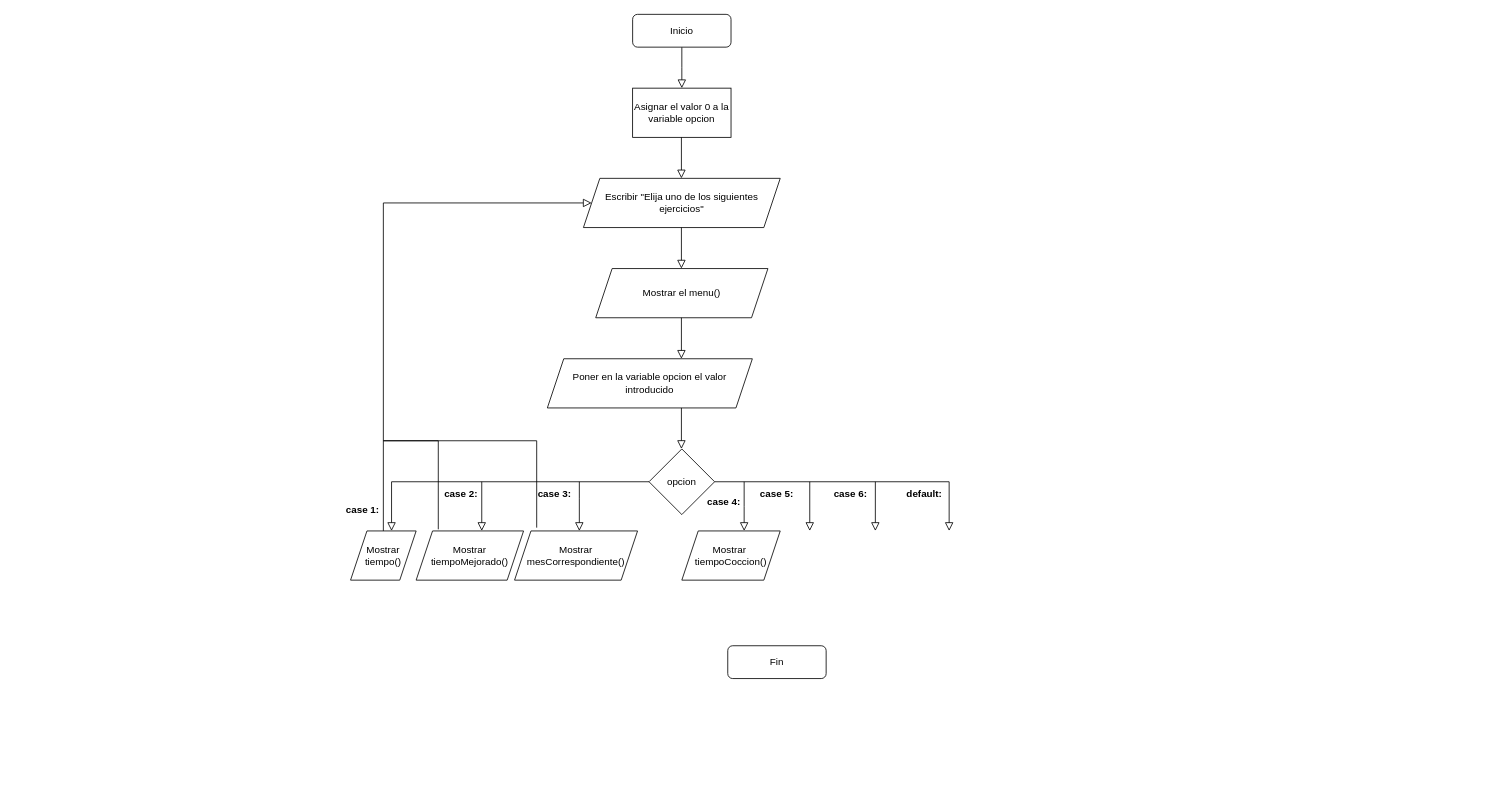
Above: Ejercicios T3/main.drawio in Fmejias03/LosCondicionales (draw.io), before the change. Source tidied: cells renumbered, new cells numbered last; positions are measured from the earlier drawing's top-left corner, leaving out a move shared by most shapes. Both pictures are drawn from the tidied source at 82%, with x=0, y=0 at pixel (342, 14).
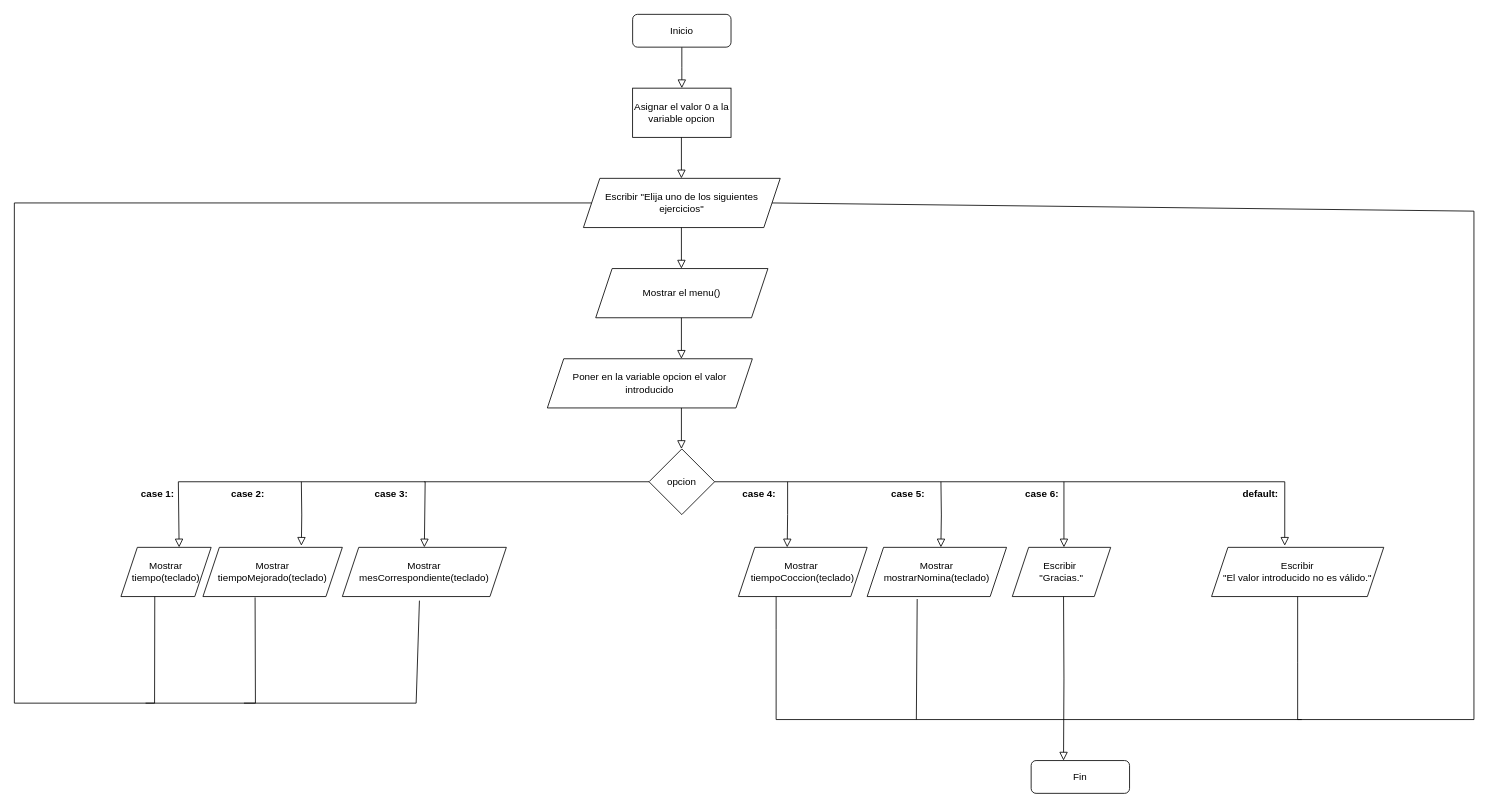
After the change.

The change refers to these unchanged cells:
```xml
<mxCell id="7" value="Escribir &quot;Elija uno de los siguientes ejercicios&quot;" style="shape=parallelogram;perimeter=parallelogramPerimeter;whiteSpace=wrap;html=1;fixedSize=1;" parent="1" vertex="1">
  <mxGeometry x="294" y="200" width="240" height="60" as="geometry" />
</mxCell>
<mxCell id="13" value="opcion" style="rhombus;whiteSpace=wrap;html=1;" parent="1" vertex="1">
  <mxGeometry x="374" y="530" width="80" height="80" as="geometry" />
</mxCell>
```

What changed in the source:
```diff
@@
     <mxCell id="4" value="Fin" style="rounded=1;whiteSpace=wrap;html=1;fontSize=12;glass=0;strokeWidth=1;shadow=0;" parent="1" vertex="1">
-      <mxGeometry x="470" y="770" width="120" height="40" as="geometry" />
+      <mxGeometry x="840" y="910" width="120" height="40" as="geometry" />
     </mxCell>
@@
     <mxCell id="14" value="&lt;b&gt;case 1:&lt;/b&gt;" style="text;html=1;strokeColor=none;fillColor=none;align=center;verticalAlign=middle;whiteSpace=wrap;rounded=0;" parent="1" vertex="1">
-      <mxGeometry y="590" width="50" height="30" as="geometry" />
+      <mxGeometry x="-250" y="570" width="50" height="30" as="geometry" />
     </mxCell>
-    <mxCell id="15" style="rounded=0;html=1;jettySize=auto;fontSize=11;endArrow=block;endFill=0;endSize=8;strokeWidth=1;shadow=0;labelBackgroundColor=none;edgeStyle=orthogonalEdgeStyle;exitX=0;exitY=0.5;exitDx=0;exitDy=0;" parent="1" edge="1" source="13">
+    <mxCell id="15" style="rounded=0;html=1;jettySize=auto;fontSize=11;endArrow=block;endFill=0;endSize=8;strokeWidth=1;shadow=0;labelBackgroundColor=none;edgeStyle=orthogonalEdgeStyle;exitX=0;exitY=0.5;exitDx=0;exitDy=0;entryX=0.645;entryY=0;entryDx=0;entryDy=0;entryPerimeter=0;" parent="1" edge="1" source="13" target="28">
       <mxGeometry relative="1" as="geometry">
-        <mxPoint x="60" y="630" as="targetPoint" />
         <Array as="points">
-          <mxPoint x="60" y="570" />
-          <mxPoint x="60" y="630" />
+          <mxPoint x="-200" y="570" />
         </Array>
       </mxGeometry>
     </mxCell>
-    <mxCell id="16" style="rounded=0;html=1;jettySize=auto;orthogonalLoop=1;fontSize=11;endArrow=block;endFill=0;endSize=8;strokeWidth=1;shadow=0;labelBackgroundColor=none;edgeStyle=orthogonalEdgeStyle;" parent="1" edge="1">
-      <mxGeometry relative="1" as="geometry">
-        <mxPoint x="170" y="570" as="sourcePoint" />
-        <mxPoint x="170" y="630" as="targetPoint" />
-      </mxGeometry>
-    </mxCell>
-    <mxCell id="17" style="rounded=0;html=1;jettySize=auto;orthogonalLoop=1;fontSize=11;endArrow=block;endFill=0;endSize=8;strokeWidth=1;shadow=0;labelBackgroundColor=none;edgeStyle=orthogonalEdgeStyle;" parent="1" edge="1">
+    <mxCell id="17" style="rounded=0;html=1;jettySize=auto;fontSize=11;endArrow=block;endFill=0;endSize=8;strokeWidth=1;shadow=0;labelBackgroundColor=none;edgeStyle=orthogonalEdgeStyle;entryX=0.5;entryY=0;entryDx=0;entryDy=0;" parent="1" edge="1" target="30">
       <mxGeometry relative="1" as="geometry">
-        <mxPoint x="289" y="570" as="sourcePoint" />
-        <mxPoint x="289" y="630" as="targetPoint" />
+        <mxPoint x="100" y="570" as="sourcePoint" />
         <Array as="points">
-          <mxPoint x="289.5" y="590" />
-          <mxPoint x="289.5" y="590" />
+          <mxPoint x="101" y="570" />
         </Array>
       </mxGeometry>
     </mxCell>
     <mxCell id="18" style="rounded=0;html=1;jettySize=auto;orthogonalLoop=1;fontSize=11;endArrow=block;endFill=0;endSize=8;strokeWidth=1;shadow=0;labelBackgroundColor=none;edgeStyle=orthogonalEdgeStyle;" parent="1" edge="1">
       <mxGeometry relative="1" as="geometry">
-        <mxPoint x="490" y="570" as="sourcePoint" />
-        <mxPoint x="490" y="630" as="targetPoint" />
+        <mxPoint x="543" y="570" as="sourcePoint" />
+        <mxPoint x="542.5" y="650" as="targetPoint" />
         <Array as="points">
-          <mxPoint x="490" y="600" />
-          <mxPoint x="490" y="600" />
+          <mxPoint x="542.5" y="610" />
+          <mxPoint x="542.5" y="610" />
         </Array>
       </mxGeometry>
     </mxCell>
-    <mxCell id="19" style="rounded=0;html=1;jettySize=auto;fontSize=11;endArrow=block;endFill=0;endSize=8;strokeWidth=1;shadow=0;labelBackgroundColor=none;edgeStyle=orthogonalEdgeStyle;exitX=1;exitY=0.5;exitDx=0;exitDy=0;" parent="1" edge="1" source="13">
+    <mxCell id="19" style="rounded=0;html=1;jettySize=auto;fontSize=11;endArrow=block;endFill=0;endSize=8;strokeWidth=1;shadow=0;labelBackgroundColor=none;edgeStyle=orthogonalEdgeStyle;exitX=1;exitY=0.5;exitDx=0;exitDy=0;entryX=0.425;entryY=-0.033;entryDx=0;entryDy=0;entryPerimeter=0;" parent="1" edge="1" source="13" target="37">
       <mxGeometry relative="1" as="geometry">
-        <mxPoint x="740" y="630" as="targetPoint" />
         <Array as="points">
-          <mxPoint x="740" y="570" />
-          <mxPoint x="740" y="620" />
+          <mxPoint x="1149" y="570" />
         </Array>
       </mxGeometry>
     </mxCell>
-    <mxCell id="20" style="rounded=0;html=1;jettySize=auto;orthogonalLoop=1;fontSize=11;endArrow=block;endFill=0;endSize=8;strokeWidth=1;shadow=0;labelBackgroundColor=none;edgeStyle=orthogonalEdgeStyle;" parent="1" edge="1">
-      <mxGeometry relative="1" as="geometry">
-        <mxPoint x="570" y="570" as="sourcePoint" />
-        <mxPoint x="570" y="630" as="targetPoint" />
-      </mxGeometry>
-    </mxCell>
     <mxCell id="21" style="rounded=0;html=1;jettySize=auto;orthogonalLoop=1;fontSize=11;endArrow=block;endFill=0;endSize=8;strokeWidth=1;shadow=0;labelBackgroundColor=none;edgeStyle=orthogonalEdgeStyle;" parent="1" edge="1">
       <mxGeometry relative="1" as="geometry">
-        <mxPoint x="650" y="570" as="sourcePoint" />
-        <mxPoint x="650" y="630" as="targetPoint" />
+        <mxPoint x="880" y="570" as="sourcePoint" />
+        <mxPoint x="880" y="650" as="targetPoint" />
       </mxGeometry>
     </mxCell>
     <mxCell id="22" value="&lt;b&gt;case 2:&lt;/b&gt;" style="text;html=1;strokeColor=none;fillColor=none;align=center;verticalAlign=middle;whiteSpace=wrap;rounded=0;" parent="1" vertex="1">
-      <mxGeometry x="120" y="570" width="50" height="30" as="geometry" />
+      <mxGeometry x="-140" y="570" width="50" height="30" as="geometry" />
     </mxCell>
     <mxCell id="23" value="&lt;b&gt;case 3:&lt;/b&gt;" style="text;html=1;strokeColor=none;fillColor=none;align=center;verticalAlign=middle;whiteSpace=wrap;rounded=0;" parent="1" vertex="1">
-      <mxGeometry x="229" y="570" width="60" height="30" as="geometry" />
+      <mxGeometry x="30" y="570" width="60" height="30" as="geometry" />
     </mxCell>
     <mxCell id="24" value="&lt;b&gt;case 4:&lt;/b&gt;" style="text;html=1;strokeColor=none;fillColor=none;align=center;verticalAlign=middle;whiteSpace=wrap;rounded=0;" parent="1" vertex="1">
-      <mxGeometry x="440" y="580" width="51" height="30" as="geometry" />
+      <mxGeometry x="483" y="570" width="51" height="30" as="geometry" />
     </mxCell>
     <mxCell id="25" value="&lt;b&gt;case 5:&lt;/b&gt;" style="text;html=1;strokeColor=none;fillColor=none;align=center;verticalAlign=middle;whiteSpace=wrap;rounded=0;" parent="1" vertex="1">
-      <mxGeometry x="500" y="570" width="60" height="30" as="geometry" />
+      <mxGeometry x="660" y="570" width="60" height="30" as="geometry" />
     </mxCell>
     <mxCell id="26" value="&lt;b&gt;case 6:&lt;/b&gt;" style="text;html=1;strokeColor=none;fillColor=none;align=center;verticalAlign=middle;whiteSpace=wrap;rounded=0;" parent="1" vertex="1">
-      <mxGeometry x="590" y="570" width="60" height="30" as="geometry" />
+      <mxGeometry x="827" y="570" width="53" height="30" as="geometry" />
     </mxCell>
     <mxCell id="27" value="&lt;b&gt;default:&lt;/b&gt;" style="text;html=1;strokeColor=none;fillColor=none;align=center;verticalAlign=middle;whiteSpace=wrap;rounded=0;" parent="1" vertex="1">
-      <mxGeometry x="680" y="570" width="60" height="30" as="geometry" />
+      <mxGeometry x="1090" y="570" width="60" height="30" as="geometry" />
     </mxCell>
-    <mxCell id="28" value="Mostrar &lt;br&gt;tiempo()" style="shape=parallelogram;perimeter=parallelogramPerimeter;whiteSpace=wrap;html=1;fixedSize=1;" parent="1" vertex="1">
-      <mxGeometry x="10" y="630" width="80" height="60" as="geometry" />
+    <mxCell id="28" value="Mostrar &lt;br&gt;tiempo(teclado)" style="shape=parallelogram;perimeter=parallelogramPerimeter;whiteSpace=wrap;html=1;fixedSize=1;" parent="1" vertex="1">
+      <mxGeometry x="-270" y="650" width="110" height="60" as="geometry" />
     </mxCell>
-    <mxCell id="29" value="Mostrar&lt;br&gt;tiempoMejorado()" style="shape=parallelogram;perimeter=parallelogramPerimeter;whiteSpace=wrap;html=1;fixedSize=1;" parent="1" vertex="1">
-      <mxGeometry x="90" y="630" width="131" height="60" as="geometry" />
+    <mxCell id="29" value="Mostrar&lt;br&gt;tiempoMejorado(teclado)" style="shape=parallelogram;perimeter=parallelogramPerimeter;whiteSpace=wrap;html=1;fixedSize=1;" parent="1" vertex="1">
+      <mxGeometry x="-170" y="650" width="170" height="60" as="geometry" />
     </mxCell>
-    <mxCell id="30" value="Mostrar mesCorrespondiente()" style="shape=parallelogram;perimeter=parallelogramPerimeter;whiteSpace=wrap;html=1;fixedSize=1;" parent="1" vertex="1">
-      <mxGeometry x="210" y="630" width="150" height="60" as="geometry" />
+    <mxCell id="30" value="Mostrar mesCorrespondiente(teclado)" style="shape=parallelogram;perimeter=parallelogramPerimeter;whiteSpace=wrap;html=1;fixedSize=1;direction=east;" parent="1" vertex="1">
+      <mxGeometry y="650" width="200" height="60" as="geometry" />
     </mxCell>
-    <mxCell id="31" value="Mostrar&amp;nbsp;&lt;br&gt;tiempoCoccion()" style="shape=parallelogram;perimeter=parallelogramPerimeter;whiteSpace=wrap;html=1;fixedSize=1;" parent="1" vertex="1">
-      <mxGeometry x="414" y="630" width="120" height="60" as="geometry" />
+    <mxCell id="31" value="Mostrar&amp;nbsp;&lt;br&gt;tiempoCoccion(teclado)" style="shape=parallelogram;perimeter=parallelogramPerimeter;whiteSpace=wrap;html=1;fixedSize=1;" parent="1" vertex="1">
+      <mxGeometry x="483" y="650" width="157" height="60" as="geometry" />
     </mxCell>
-    <mxCell id="32" style="rounded=0;html=1;jettySize=auto;fontSize=11;endArrow=block;endFill=0;endSize=8;strokeWidth=1;shadow=0;labelBackgroundColor=none;edgeStyle=orthogonalEdgeStyle;entryX=0;entryY=0.5;entryDx=0;entryDy=0;" parent="1" edge="1" source="28" target="7">
-      <mxGeometry relative="1" as="geometry">
-        <Array as="points">
-          <mxPoint x="50" y="230" />
-        </Array>
-      </mxGeometry>
-    </mxCell>
-    <mxCell id="33" style="endArrow=none;html=1;rounded=0;exitX=0.206;exitY=-0.033;exitDx=0;exitDy=0;exitPerimeter=0;" parent="1" edge="1" source="29">
-      <mxGeometry relative="1" as="geometry">
-        <mxPoint x="50" y="520" as="targetPoint" />
-        <Array as="points">
-          <mxPoint x="117" y="520" />
-        </Array>
-      </mxGeometry>
-    </mxCell>
-    <mxCell id="34" style="endArrow=none;html=1;rounded=0;exitX=0.18;exitY=-0.067;exitDx=0;exitDy=0;exitPerimeter=0;" parent="1" edge="1" source="30">
-      <mxGeometry relative="1" as="geometry">
-        <mxPoint x="50" y="520" as="targetPoint" />
-        <Array as="points">
-          <mxPoint x="237" y="520" />
-        </Array>
-      </mxGeometry>
-    </mxCell>
+    <mxCell id="35" value="Escribir&amp;nbsp;&lt;br&gt;&quot;Gracias.&quot;" style="shape=parallelogram;perimeter=parallelogramPerimeter;whiteSpace=wrap;html=1;fixedSize=1;" parent="1" vertex="1">
+      <mxGeometry x="817" y="650" width="120" height="60" as="geometry" />
+    </mxCell>
+    <mxCell id="36" style="rounded=0;html=1;jettySize=auto;fontSize=11;endArrow=block;endFill=0;endSize=8;strokeWidth=1;shadow=0;labelBackgroundColor=none;edgeStyle=orthogonalEdgeStyle;entryX=0.329;entryY=0;entryDx=0;entryDy=0;entryPerimeter=0;" parent="1" edge="1" target="4">
+      <mxGeometry relative="1" as="geometry">
+        <mxPoint x="879.5" y="710" as="sourcePoint" />
+      </mxGeometry>
+    </mxCell>
+    <mxCell id="37" value="Escribir&lt;br&gt;&quot;El valor introducido no es válido.&quot;" style="shape=parallelogram;perimeter=parallelogramPerimeter;whiteSpace=wrap;html=1;fixedSize=1;" parent="1" vertex="1">
+      <mxGeometry x="1060" y="650" width="210" height="60" as="geometry" />
+    </mxCell>
+    <mxCell id="38" style="endArrow=none;html=1;rounded=0;entryX=0.375;entryY=1;entryDx=0;entryDy=0;entryPerimeter=0;exitX=0;exitY=0.5;exitDx=0;exitDy=0;" parent="1" edge="1" source="7" target="28">
+      <mxGeometry relative="1" as="geometry">
+        <Array as="points">
+          <mxPoint x="-400" y="230" />
+          <mxPoint x="-400" y="840" />
+          <mxPoint x="-229" y="840" />
+        </Array>
+      </mxGeometry>
+    </mxCell>
+    <mxCell id="39" style="endArrow=none;html=1;rounded=0;entryX=0.374;entryY=1.017;entryDx=0;entryDy=0;entryPerimeter=0;" parent="1" edge="1" target="29">
+      <mxGeometry relative="1" as="geometry">
+        <mxPoint x="-240" y="840" as="sourcePoint" />
+        <Array as="points">
+          <mxPoint x="-106" y="840" />
+        </Array>
+      </mxGeometry>
+    </mxCell>
+    <mxCell id="40" style="endArrow=none;html=1;rounded=0;entryX=0.47;entryY=1.083;entryDx=0;entryDy=0;entryPerimeter=0;" parent="1" edge="1" target="30">
+      <mxGeometry relative="1" as="geometry">
+        <mxPoint x="-120" y="840" as="sourcePoint" />
+        <Array as="points">
+          <mxPoint x="90" y="840" />
+        </Array>
+      </mxGeometry>
+    </mxCell>
+    <mxCell id="41" style="endArrow=none;html=1;rounded=0;entryX=0.5;entryY=1;entryDx=0;entryDy=0;exitX=1;exitY=0.5;exitDx=0;exitDy=0;" parent="1" edge="1" source="7" target="37">
+      <mxGeometry relative="1" as="geometry">
+        <Array as="points">
+          <mxPoint x="1380" y="240" />
+          <mxPoint x="1380" y="860" />
+          <mxPoint x="1165" y="860" />
+          <mxPoint x="1165" y="790" />
+        </Array>
+      </mxGeometry>
+    </mxCell>
+    <mxCell id="42" style="endArrow=none;html=1;rounded=0;entryX=0.293;entryY=1;entryDx=0;entryDy=0;entryPerimeter=0;" parent="1" edge="1" target="31">
+      <mxGeometry relative="1" as="geometry">
+        <mxPoint x="1170" y="860" as="sourcePoint" />
+        <Array as="points">
+          <mxPoint x="529" y="860" />
+          <mxPoint x="529" y="750" />
+        </Array>
+      </mxGeometry>
+    </mxCell>
+    <mxCell id="43" value="Mostrar mostrarNomina(teclado)" style="shape=parallelogram;perimeter=parallelogramPerimeter;whiteSpace=wrap;html=1;fixedSize=1;" parent="1" vertex="1">
+      <mxGeometry x="640" y="650" width="170" height="60" as="geometry" />
+    </mxCell>
+    <mxCell id="44" style="endArrow=none;html=1;rounded=0;entryX=0.359;entryY=1.05;entryDx=0;entryDy=0;entryPerimeter=0;" parent="1" edge="1" target="43">
+      <mxGeometry relative="1" as="geometry">
+        <mxPoint x="700" y="860" as="sourcePoint" />
+      </mxGeometry>
+    </mxCell>
+    <mxCell id="45" style="rounded=0;html=1;jettySize=auto;fontSize=11;endArrow=block;endFill=0;endSize=8;strokeWidth=1;shadow=0;labelBackgroundColor=none;edgeStyle=orthogonalEdgeStyle;entryX=0.706;entryY=-0.033;entryDx=0;entryDy=0;entryPerimeter=0;" parent="1" edge="1" target="29">
+      <mxGeometry relative="1" as="geometry">
+        <mxPoint x="-50" y="570" as="sourcePoint" />
+      </mxGeometry>
+    </mxCell>
+    <mxCell id="46" style="rounded=0;html=1;jettySize=auto;fontSize=11;endArrow=block;endFill=0;endSize=8;strokeWidth=1;shadow=0;labelBackgroundColor=none;edgeStyle=orthogonalEdgeStyle;entryX=0.529;entryY=0;entryDx=0;entryDy=0;entryPerimeter=0;" parent="1" edge="1" target="43">
+      <mxGeometry relative="1" as="geometry">
+        <mxPoint x="730" y="570" as="sourcePoint" />
+      </mxGeometry>
+    </mxCell>
```
